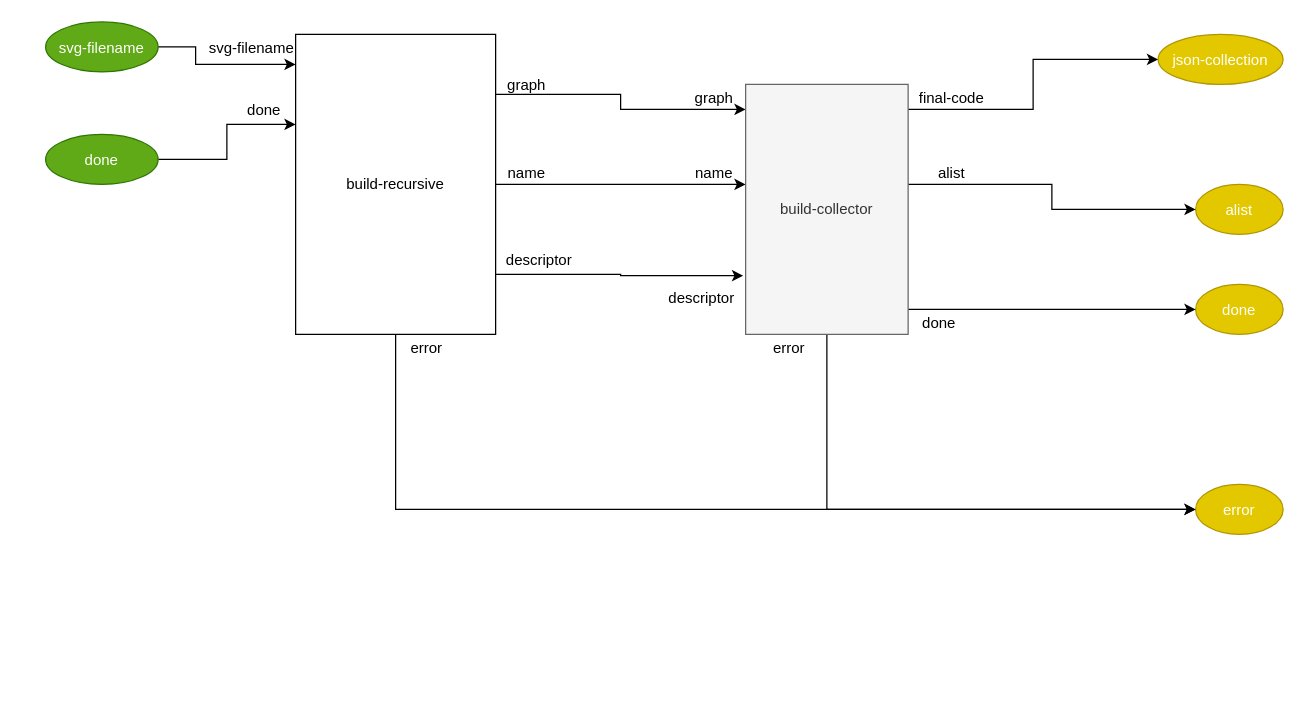
This is page "build" (3 of 5) of build_process/parts/diagram/build.drawio from bmfbp/bmfbp, a draw.io file, before an edit. Source tidied: cells renumbered, new cells numbered last; positions are measured from the earlier drawing's top-left corner, leaving out a move shared by most shapes. Both pictures are drawn from the tidied source at 125%, with x=0, y=0 at pixel (45, 21).
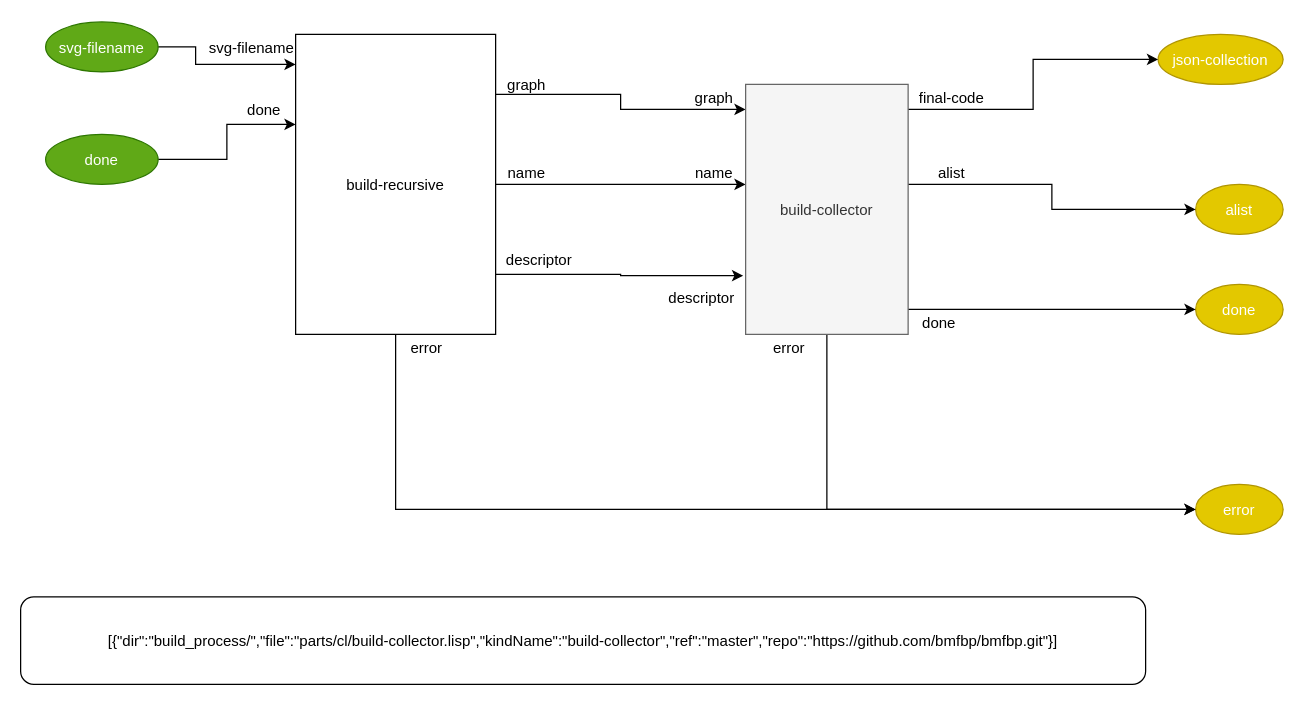
The same page after the edit.

The edit, as a diff of the source:
```diff
@@
-    <mxCell id="14" value="build-recursive" style="rounded=0;whiteSpace=wrap;html=1;points=[[0,0],[0,0.1],[0,0.2],[0,0.3],[0,0.4],[0,0.5],[0,0.6],[0,0.7],[0,0.8],[0,0.9],[0,1],[0.1,0],[0.2,0],[0.3,0],[0.4,0],[0.5,0],[0.6,0],[0.7,0],[0.8,0],[0.9,0],[1,0],[1,0.1],[1,0.2],[1,0.3],[1,0.4],[1,0.5],[1,0.6],[1,0.7],[1,0.8],[1,0.9],[0.1,1],[0.2,1],[0.3,1],[0.4,1],[0.5,1],[0.6,1],[0.7,1],[0.8,1],[0.9,1],[1,1]];" parent="1" vertex="1">
+    <mxCell id="14" value="build-recursive" style="rounded=0;points=[[0,0],[0,0.1],[0,0.2],[0,0.3],[0,0.4],[0,0.5],[0,0.6],[0,0.7],[0,0.8],[0,0.9],[0,1],[0.1,0],[0.2,0],[0.3,0],[0.4,0],[0.5,0],[0.6,0],[0.7,0],[0.8,0],[0.9,0],[1,0],[1,0.1],[1,0.2],[1,0.3],[1,0.4],[1,0.5],[1,0.6],[1,0.7],[1,0.8],[1,0.9],[0.1,1],[0.2,1],[0.3,1],[0.4,1],[0.5,1],[0.6,1],[0.7,1],[0.8,1],[0.9,1],[1,1]];" parent="1" vertex="1">
       <mxGeometry x="200" y="10" width="160" height="240" as="geometry" />
     </mxCell>
@@
-    <mxCell id="19" value="build-collector" style="rounded=0;whiteSpace=wrap;html=1;fillColor=#f5f5f5;strokeColor=#666666;fontColor=#333333;points=[[0,0],[0,0.1],[0,0.2],[0,0.3],[0,0.4],[0,0.5],[0,0.6],[0,0.7],[0,0.8],[0,0.9],[0,1],[0.1,0],[0.2,0],[0.3,0],[0.4,0],[0.5,0],[0.6,0],[0.7,0],[0.8,0],[0.9,0],[1,0],[1,0.1],[1,0.2],[1,0.3],[1,0.4],[1,0.5],[1,0.6],[1,0.7],[1,0.8],[1,0.9],[0.1,1],[0.2,1],[0.3,1],[0.4,1],[0.5,1],[0.6,1],[0.7,1],[0.8,1],[0.9,1],[1,1]];" parent="1" vertex="1">
+    <mxCell id="19" value="build-collector" style="rounded=0;fillColor=#f5f5f5;strokeColor=#666666;fontColor=#333333;points=[[0,0],[0,0.1],[0,0.2],[0,0.3],[0,0.4],[0,0.5],[0,0.6],[0,0.7],[0,0.8],[0,0.9],[0,1],[0.1,0],[0.2,0],[0.3,0],[0.4,0],[0.5,0],[0.6,0],[0.7,0],[0.8,0],[0.9,0],[1,0],[1,0.1],[1,0.2],[1,0.3],[1,0.4],[1,0.5],[1,0.6],[1,0.7],[1,0.8],[1,0.9],[0.1,1],[0.2,1],[0.3,1],[0.4,1],[0.5,1],[0.6,1],[0.7,1],[0.8,1],[0.9,1],[1,1]];" parent="1" vertex="1">
       <mxGeometry x="560" y="50" width="130" height="200" as="geometry" />
     </mxCell>
@@
+    <mxCell id="33" value="[{&quot;dir&quot;:&quot;build_process/&quot;,&quot;file&quot;:&quot;parts/cl/build-collector.lisp&quot;,&quot;kindName&quot;:&quot;build-collector&quot;,&quot;ref&quot;:&quot;master&quot;,&quot;repo&quot;:&quot;https://github.com/bmfbp/bmfbp.git&quot;}]" style="rounded=1;" parent="1" vertex="1">
+      <mxGeometry x="-20" y="460" width="900" height="70" as="geometry" />
+    </mxCell>
```
